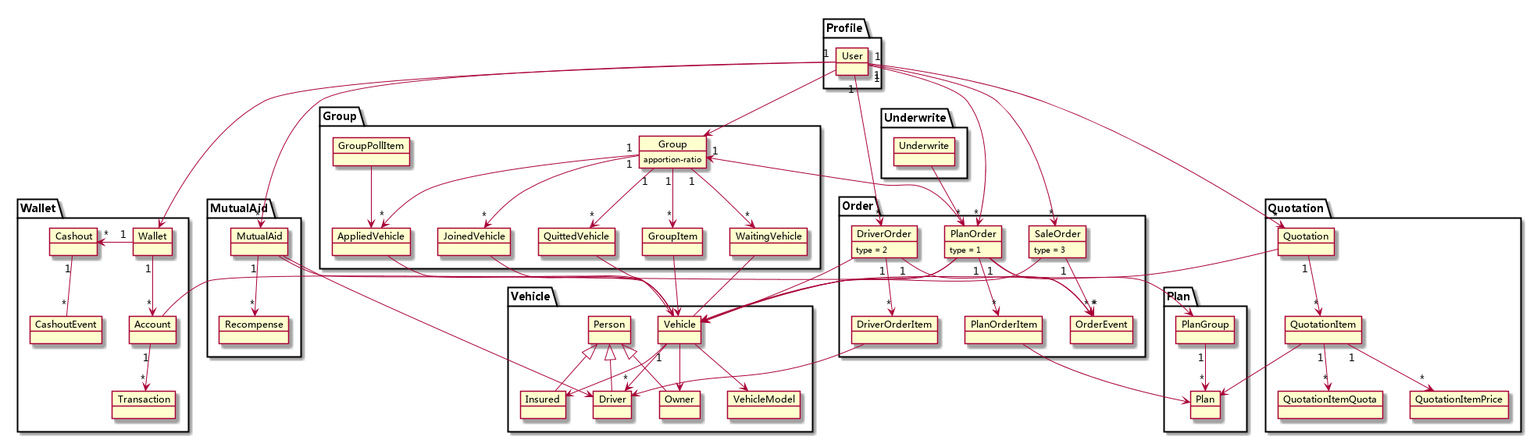
Earlier version of the PlantUML export img/models.png (titan/hive-mockserver).
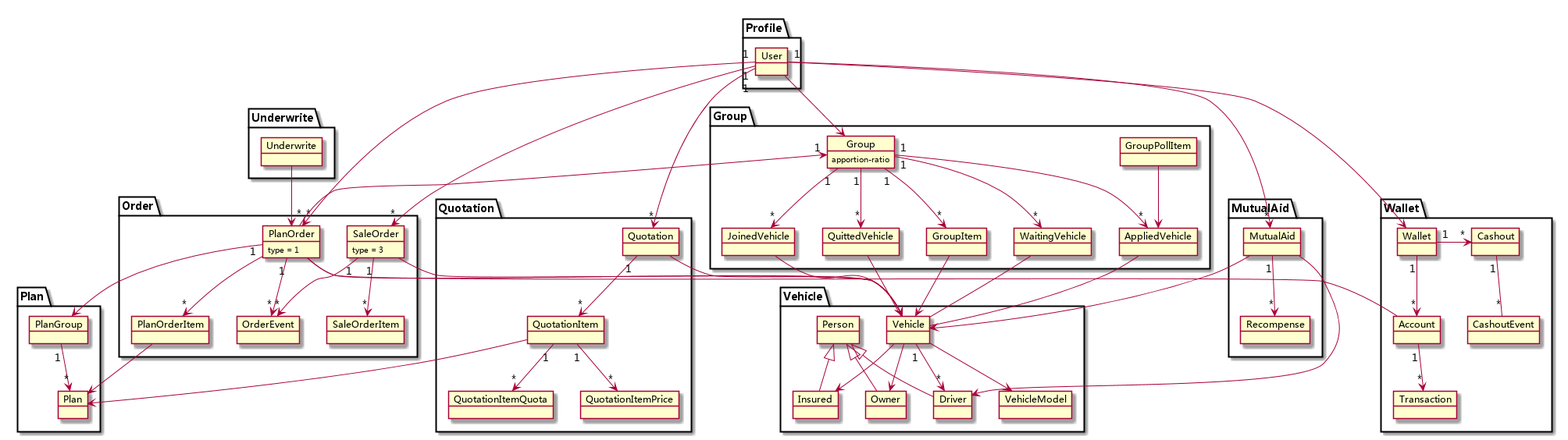
The same diagram one commit later.

Change to the diagram source:
```diff
@@ -43,11 +43,8 @@
   object SaleOrder {
     type = 3
   }
-  object DriverOrder {
-    type = 2
-  }
   object PlanOrderItem
-  object DriverOrderItem
+  object SaleOrderItem
   object OrderEvent
 }
 package Quotation {
@@ -64,10 +61,8 @@
 
 PlanOrder "1" --> "*" OrderEvent
 SaleOrder "1" --> "*" OrderEvent
-DriverOrder "1" --> "*" OrderEvent
 
 User "1" --> "*" PlanOrder
-User "1" --> "*" DriverOrder
 User "1" --> "*" SaleOrder
 User "1" --> "*" Quotation
 User --> Wallet
@@ -75,7 +70,6 @@
 
 PlanOrder -> Vehicle
 SaleOrder -> Vehicle
-DriverOrder -> Vehicle
 Group "1" <- "*" PlanOrder
 Group "1" --> "*" GroupItem
 Group "1" --> "*" WaitingVehicle
@@ -89,13 +83,12 @@
 JoinedVehicle - Vehicle
 QuittedVehicle - Vehicle
 
-PlanOrder --> PlanGroup
+PlanOrder -> PlanGroup
 PlanOrderItem -> Plan
 
 PlanOrder "1" --> "*" PlanOrderItem
 
-DriverOrder "1" --> "*" DriverOrderItem
-DriverOrderItem -> Driver
+SaleOrder "1" --> "*" SaleOrderItem
 
 User "1" --> "*" MutualAid
 
```
